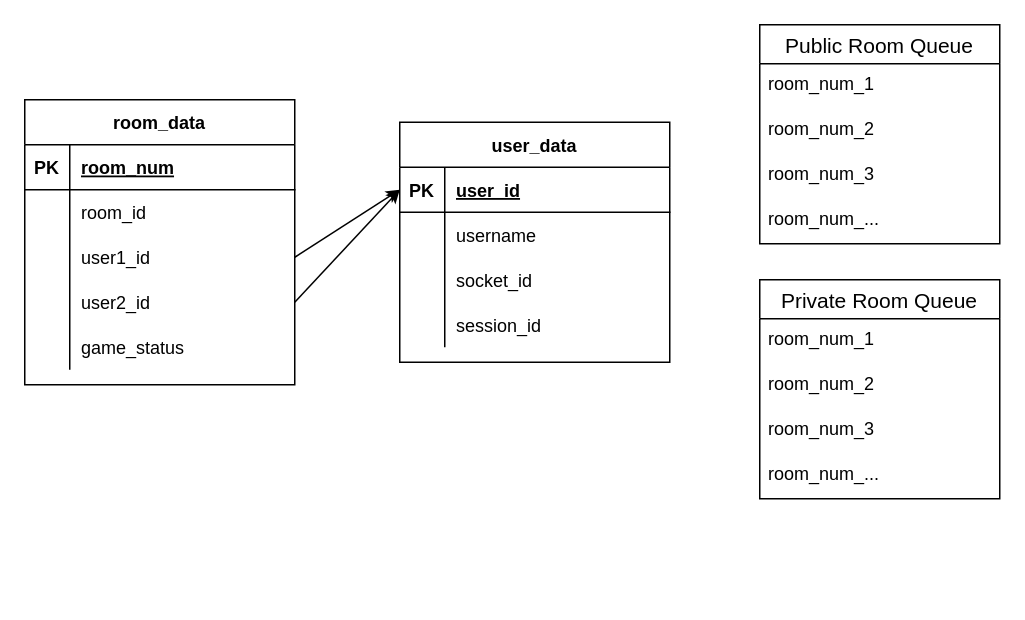
This is design/data-graph.drawio from hangekinobaka/sleepy-davinci-code, a draw.io file, before an edit. Source tidied: cells renumbered, new cells numbered last; positions are measured from the earlier drawing's top-left corner, leaving out a move shared by most shapes. Both pictures are drawn from the tidied source at 150%, with x=0, y=0 at pixel (24, 24).
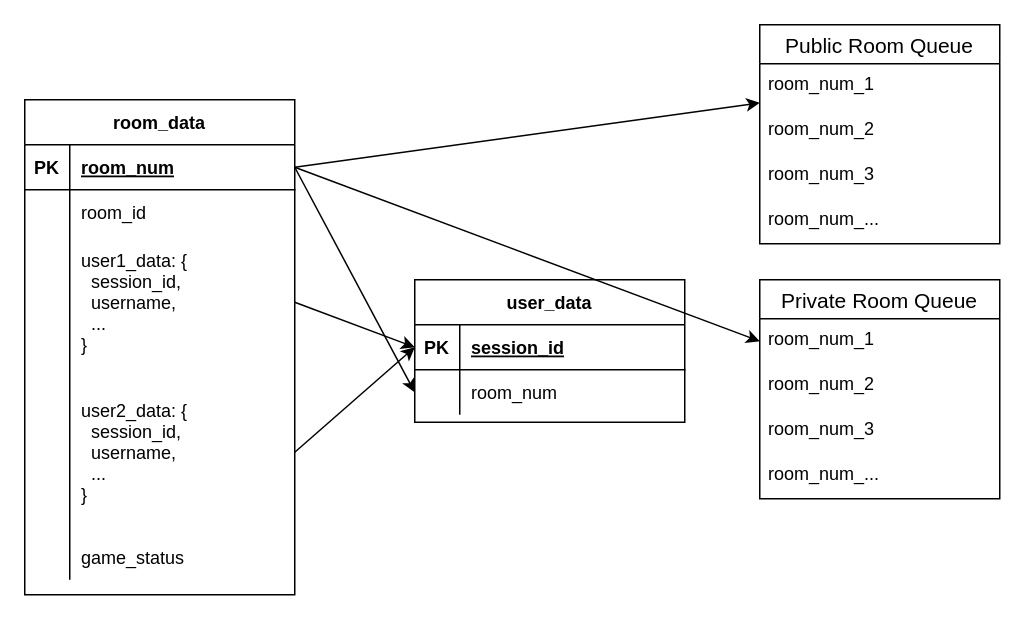
The same page after the edit.

The change refers to these unchanged cells:
```xml
<mxCell id="3" style="shape=partialRectangle;fillColor=none;top=0;left=0;bottom=1;right=0;points=[[0,0.5],[1,0.5]];portConstraint=eastwest;" parent="2" vertex="1">
  <mxGeometry y="30" width="180" height="30" as="geometry" />
</mxCell>
<mxCell id="19" style="shape=partialRectangle;fillColor=none;top=0;left=0;bottom=1;right=0;points=[[0,0.5],[1,0.5]];portConstraint=eastwest;" parent="18" vertex="1">
  <mxGeometry y="30" width="180" height="30" as="geometry" />
</mxCell>
<mxCell id="34" value="room_num_1" style="text;strokeColor=none;fillColor=none;spacingLeft=4;spacingRight=4;overflow=hidden;points=[[0,0.5],[1,0.5]];portConstraint=eastwest;fontSize=12;" parent="33" vertex="1">
  <mxGeometry y="26" width="160" height="30" as="geometry" />
</mxCell>
<mxCell id="39" value="room_num_1" style="text;strokeColor=none;fillColor=none;spacingLeft=4;spacingRight=4;overflow=hidden;points=[[0,0.5],[1,0.5]];portConstraint=eastwest;fontSize=12;" parent="38" vertex="1">
  <mxGeometry y="26" width="160" height="30" as="geometry" />
</mxCell>
```

What changed in the source:
```diff
@@
     <mxCell id="2" value="room_data" style="shape=table;startSize=30;childLayout=tableLayout;rowLines=0;fontStyle=1;align=center;" parent="1" vertex="1">
-      <mxGeometry y="50" width="180" height="190" as="geometry" />
+      <mxGeometry y="50" width="180" height="330" as="geometry" />
     </mxCell>
@@
     <mxCell id="9" style="shape=partialRectangle;fillColor=none;top=0;left=0;bottom=0;right=0;points=[[0,0.5],[1,0.5]];portConstraint=eastwest;" parent="2" vertex="1">
-      <mxGeometry y="90" width="180" height="30" as="geometry" />
+      <mxGeometry y="90" width="180" height="90" as="geometry" />
     </mxCell>
     <mxCell id="10" style="shape=partialRectangle;fillColor=none;top=0;left=0;bottom=0;right=0;overflow=hidden;" parent="9" vertex="1">
-      <mxGeometry width="30" height="30" as="geometry" />
+      <mxGeometry width="30" height="90" as="geometry" />
     </mxCell>
-    <mxCell id="11" value="user1_id" style="shape=partialRectangle;fillColor=none;top=0;left=0;bottom=0;right=0;align=left;spacingLeft=6;overflow=hidden;" parent="9" vertex="1">
-      <mxGeometry x="30" width="150" height="30" as="geometry" />
+    <mxCell id="11" value="user1_data: {&#10;  session_id,&#10;  username,&#10;  ...&#10;}" style="shape=partialRectangle;fillColor=none;top=0;left=0;bottom=0;right=0;align=left;spacingLeft=6;overflow=hidden;" parent="9" vertex="1">
+      <mxGeometry x="30" width="150" height="90" as="geometry" />
     </mxCell>
     <mxCell id="12" style="shape=partialRectangle;fillColor=none;top=0;left=0;bottom=0;right=0;points=[[0,0.5],[1,0.5]];portConstraint=eastwest;" parent="2" vertex="1">
-      <mxGeometry y="120" width="180" height="30" as="geometry" />
+      <mxGeometry y="180" width="180" height="110" as="geometry" />
     </mxCell>
     <mxCell id="13" style="shape=partialRectangle;fillColor=none;top=0;left=0;bottom=0;right=0;overflow=hidden;" parent="12" vertex="1">
-      <mxGeometry width="30" height="30" as="geometry" />
+      <mxGeometry width="30" height="110" as="geometry" />
     </mxCell>
-    <mxCell id="14" value="user2_id" style="shape=partialRectangle;fillColor=none;top=0;left=0;bottom=0;right=0;align=left;spacingLeft=6;overflow=hidden;" parent="12" vertex="1">
-      <mxGeometry x="30" width="150" height="30" as="geometry" />
+    <mxCell id="14" value="user2_data: {&#10;  session_id,&#10;  username,&#10;  ...&#10;}" style="shape=partialRectangle;fillColor=none;top=0;left=0;bottom=0;right=0;align=left;spacingLeft=6;overflow=hidden;" parent="12" vertex="1">
+      <mxGeometry x="30" width="150" height="110" as="geometry" />
     </mxCell>
     <mxCell id="15" style="shape=partialRectangle;fillColor=none;top=0;left=0;bottom=0;right=0;" parent="2" vertex="1">
-      <mxGeometry y="150" width="180" height="30" as="geometry" />
+      <mxGeometry y="290" width="180" height="30" as="geometry" />
     </mxCell>
@@
     <mxCell id="18" value="user_data" style="shape=table;startSize=30;childLayout=tableLayout;rowLines=0;fontStyle=1;align=center;" parent="1" vertex="1">
-      <mxGeometry x="250" y="65" width="180" height="160" as="geometry" />
+      <mxGeometry x="260" y="170" width="180" height="95" as="geometry" />
     </mxCell>
@@
-    <mxCell id="21" value="user_id" style="shape=partialRectangle;fillColor=none;top=0;left=0;bottom=0;right=0;align=left;spacingLeft=6;fontStyle=5;overflow=hidden;" parent="19" vertex="1">
+    <mxCell id="21" value="session_id" style="shape=partialRectangle;fillColor=none;top=0;left=0;bottom=0;right=0;align=left;spacingLeft=6;fontStyle=5;overflow=hidden;" parent="19" vertex="1">
       <mxGeometry x="30" width="150" height="30" as="geometry" />
     </mxCell>
-    <mxCell id="22" style="shape=partialRectangle;fillColor=none;top=0;left=0;bottom=0;right=0;" parent="18" vertex="1">
-      <mxGeometry y="60" width="180" height="30" as="geometry" />
-    </mxCell>
-    <mxCell id="23" style="shape=partialRectangle;fillColor=none;top=0;left=0;bottom=0;right=0;overflow=hidden;" parent="22" vertex="1">
-      <mxGeometry width="30" height="30" as="geometry" />
-    </mxCell>
-    <mxCell id="24" value="username" style="shape=partialRectangle;fillColor=none;top=0;left=0;bottom=0;right=0;align=left;spacingLeft=6;overflow=hidden;" parent="22" vertex="1">
-      <mxGeometry x="30" width="150" height="30" as="geometry" />
-    </mxCell>
     <mxCell id="25" style="shape=partialRectangle;fillColor=none;top=0;left=0;bottom=0;right=0;points=[[0,0.5],[1,0.5]];portConstraint=eastwest;" parent="18" vertex="1">
-      <mxGeometry y="90" width="180" height="30" as="geometry" />
+      <mxGeometry y="60" width="180" height="30" as="geometry" />
     </mxCell>
@@
-    <mxCell id="27" value="socket_id" style="shape=partialRectangle;fillColor=none;top=0;left=0;bottom=0;right=0;align=left;spacingLeft=6;overflow=hidden;" parent="25" vertex="1">
+    <mxCell id="27" value="room_num" style="shape=partialRectangle;fillColor=none;top=0;left=0;bottom=0;right=0;align=left;spacingLeft=6;overflow=hidden;" parent="25" vertex="1">
       <mxGeometry x="30" width="150" height="30" as="geometry" />
     </mxCell>
-    <mxCell id="28" style="shape=partialRectangle;fillColor=none;top=0;left=0;bottom=0;right=0;" parent="18" vertex="1">
-      <mxGeometry y="120" width="180" height="30" as="geometry" />
-    </mxCell>
-    <mxCell id="29" style="shape=partialRectangle;fillColor=none;top=0;left=0;bottom=0;right=0;overflow=hidden;" parent="28" vertex="1">
-      <mxGeometry width="30" height="30" as="geometry" />
-    </mxCell>
-    <mxCell id="30" value="session_id" style="shape=partialRectangle;fillColor=none;top=0;left=0;bottom=0;right=0;align=left;spacingLeft=6;overflow=hidden;" parent="28" vertex="1">
-      <mxGeometry x="30" width="150" height="30" as="geometry" />
-    </mxCell>
@@
+    <mxCell id="43" style="rounded=0;jettySize=auto;html=1;entryX=0;entryY=0.5;entryDx=0;entryDy=0;exitX=1;exitY=0.5;exitDx=0;exitDy=0;" parent="1" edge="1" source="3" target="25">
+      <mxGeometry relative="1" as="geometry" />
+    </mxCell>
+    <mxCell id="44" style="edgeStyle=none;rounded=0;jettySize=auto;html=1;exitX=1;exitY=0.5;exitDx=0;exitDy=0;" parent="1" edge="1" source="3" target="34">
+      <mxGeometry relative="1" as="geometry" />
+    </mxCell>
+    <mxCell id="45" style="edgeStyle=none;rounded=0;jettySize=auto;html=1;entryX=0;entryY=0.5;entryDx=0;entryDy=0;exitX=1;exitY=0.5;exitDx=0;exitDy=0;" parent="1" edge="1" source="3" target="39">
+      <mxGeometry relative="1" as="geometry" />
+    </mxCell>
```
